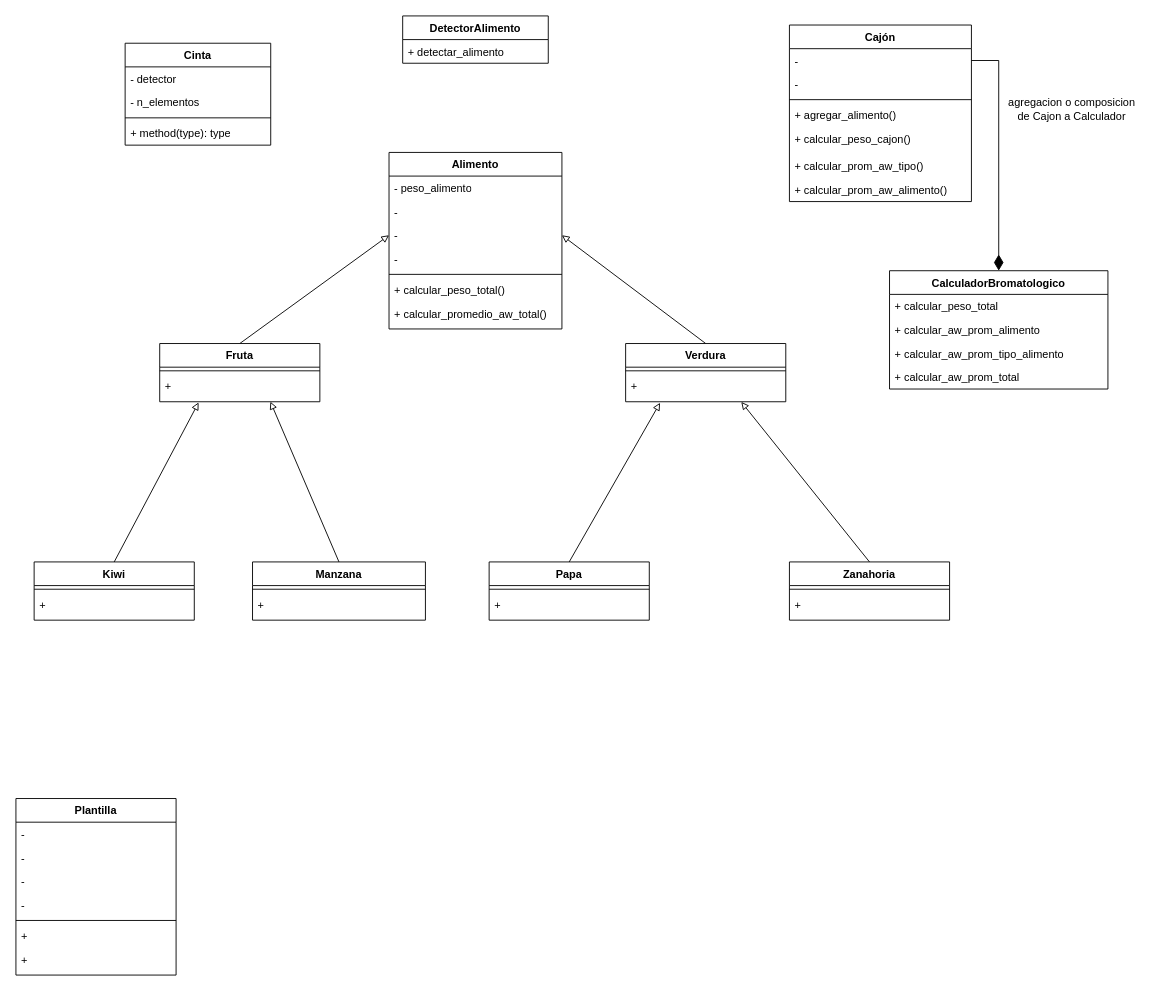
This is page "Página-1" (1 of 2) of TrabajoPractico_2/proyecto2/diagram/diagrama_UML_p2.drawio from FelipeCarrozzo/prog_avanzada, a draw.io file, before an edit. Source tidied: cells renumbered, new cells numbered last; positions are measured from the earlier drawing's top-left corner, leaving out a move shared by most shapes. Both pictures are drawn from the tidied source at 91%, with x=0, y=0 at pixel (15, 15).
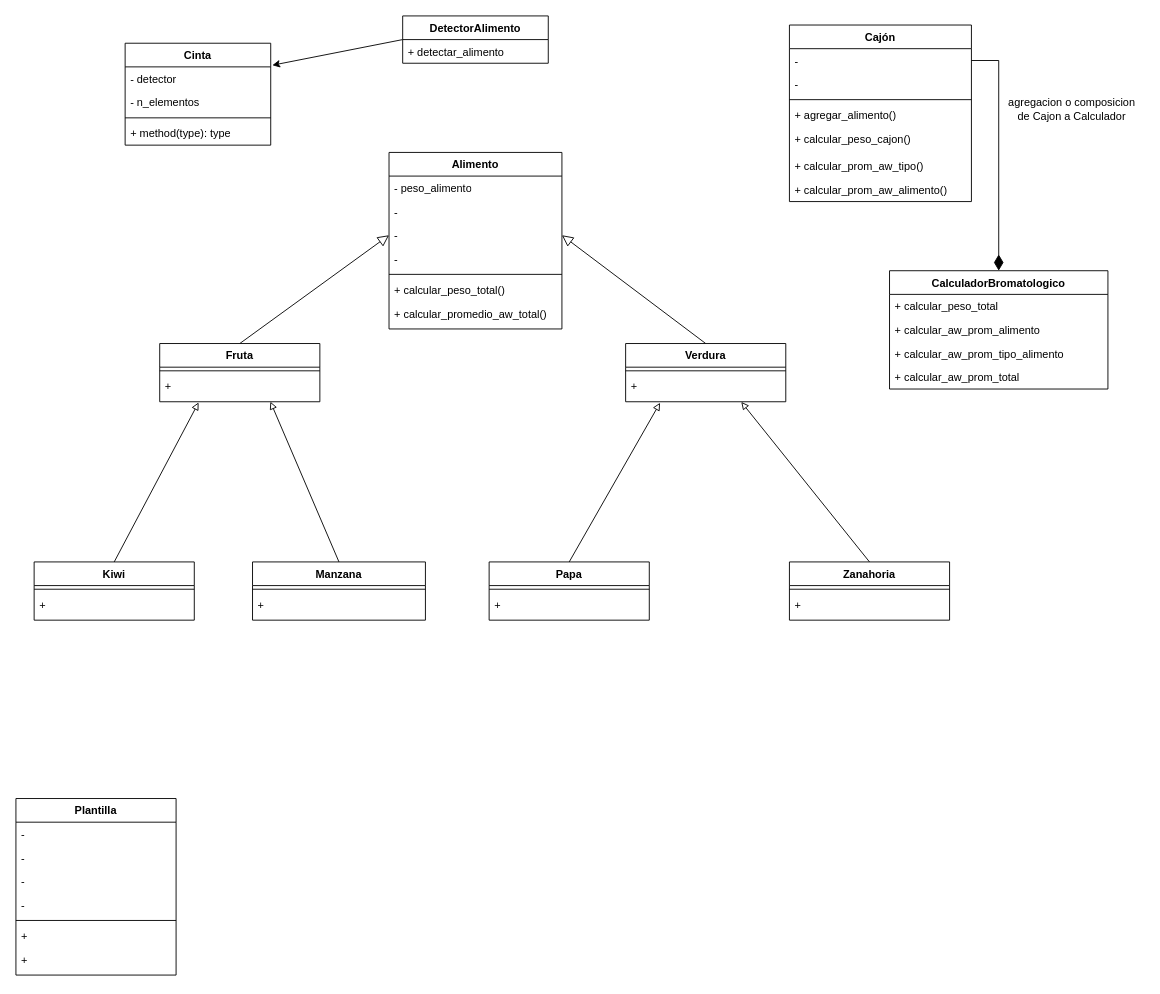
Above is the later version.

Commit message:
relaciono las clases. Queda pendiente definir los atributos de las clases.

Unchanged cells that the change refers to:
```xml
<mxCell id="2" value="Cinta" style="swimlane;fontStyle=1;align=center;verticalAlign=top;horizontal=1;startSize=26;whiteSpace=wrap;html=1;" parent="1" vertex="1">
  <mxGeometry x="120" y="30" width="160" height="112" as="geometry" />
</mxCell>
<mxCell id="7" value="DetectorAlimento" style="swimlane;fontStyle=1;align=center;verticalAlign=top;horizontal=1;startSize=26;whiteSpace=wrap;html=1;" parent="1" vertex="1">
  <mxGeometry x="425" width="160" height="52" as="geometry" />
</mxCell>
<mxCell id="41" value="-&amp;nbsp;" style="text;strokeColor=none;fillColor=none;align=left;verticalAlign=top;spacingLeft=4;spacingRight=4;overflow=hidden;points=[[0,0.5],[1,0.5]];portConstraint=eastwest;whiteSpace=wrap;html=1;" parent="38" vertex="1">
  <mxGeometry y="78" width="190" height="26" as="geometry" />
</mxCell>
<mxCell id="47" value="Fruta" style="swimlane;fontStyle=1;align=center;verticalAlign=top;horizontal=1;startSize=26;whiteSpace=wrap;html=1;" parent="1" vertex="1">
  <mxGeometry x="158" y="360" width="176" height="64" as="geometry" />
</mxCell>
<mxCell id="51" value="Verdura" style="swimlane;fontStyle=1;align=center;verticalAlign=top;horizontal=1;startSize=26;whiteSpace=wrap;html=1;" parent="1" vertex="1">
  <mxGeometry x="670" y="360" width="176" height="64" as="geometry" />
</mxCell>
```

The edit, as a diff of the source:
```diff
@@
+    <mxCell id="64" style="edgeStyle=none;html=1;exitX=0;exitY=0.5;exitDx=0;exitDy=0;entryX=1.011;entryY=0.216;entryDx=0;entryDy=0;entryPerimeter=0;" parent="1" edge="1" source="7" target="2">
+      <mxGeometry relative="1" as="geometry" />
+    </mxCell>
@@
-    <mxCell id="46" style="rounded=0;jettySize=auto;html=1;exitX=0.5;exitY=0;exitDx=0;exitDy=0;entryX=0;entryY=0.5;entryDx=0;entryDy=0;endArrow=block;endFill=0;" parent="1" edge="1" source="47" target="41">
+    <mxCell id="46" style="rounded=0;jettySize=auto;html=1;exitX=0.5;exitY=0;exitDx=0;exitDy=0;entryX=0;entryY=0.5;entryDx=0;entryDy=0;endArrow=block;endFill=0;endSize=10;" parent="1" edge="1" source="47" target="41">
       <mxGeometry relative="1" as="geometry" />
     </mxCell>
@@
-    <mxCell id="50" style="rounded=0;jettySize=auto;html=1;exitX=0.5;exitY=0;exitDx=0;exitDy=0;entryX=1;entryY=0.5;entryDx=0;entryDy=0;endArrow=block;endFill=0;" parent="1" edge="1" source="51" target="41">
+    <mxCell id="50" style="rounded=0;jettySize=auto;html=1;exitX=0.5;exitY=0;exitDx=0;exitDy=0;entryX=1;entryY=0.5;entryDx=0;entryDy=0;endArrow=block;endFill=0;endSize=10;" parent="1" edge="1" source="51" target="41">
       <mxGeometry relative="1" as="geometry" />
     </mxCell>
```
